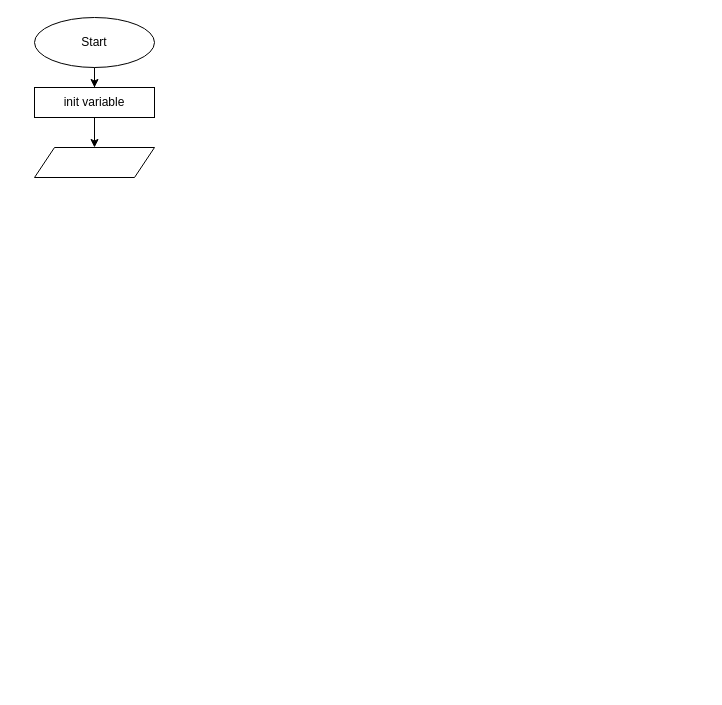
Before: ai_11/mariya-anastasiya_kupchak/epic__1/algotester_practice_work_3_task_mariya-anastasiya_kupchak.drawio in artificial-intelligence-department/ai_programming_playground_2024, a draw.io diagram. Source tidied: cells renumbered, new cells numbered last; positions are measured from the earlier drawing's top-left corner, leaving out a move shared by most shapes. Both pictures are drawn from the tidied source at 100%, with x=0, y=0 at pixel (34, 17).
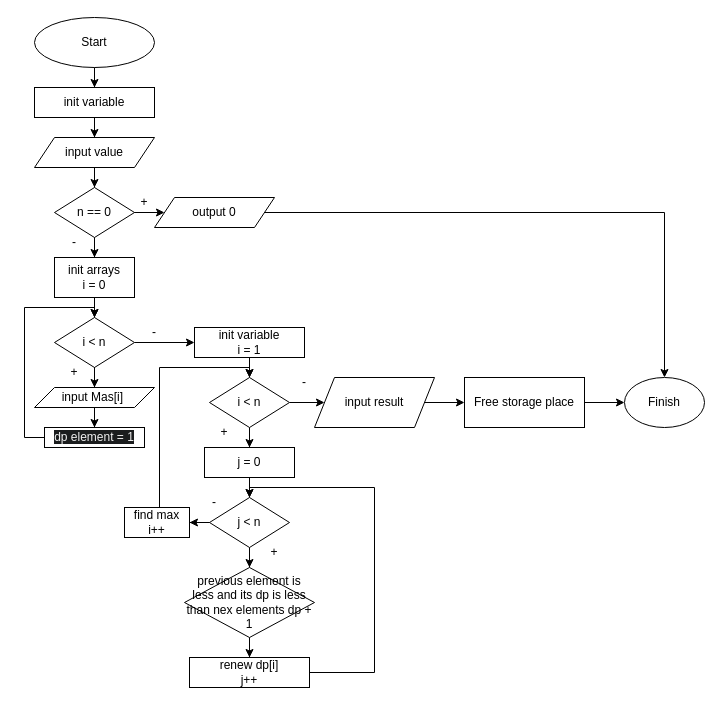
After the change.

Commit message (it also covers changes not shown here):
renew files and report

Diff of the diagram source:
```diff
@@
+    <mxCell id="7" style="edgeStyle=orthogonalEdgeStyle;rounded=0;jettySize=auto;html=1;" parent="1" edge="1" source="6" target="10">
+      <mxGeometry relative="1" as="geometry" />
+    </mxCell>
-    <mxCell id="6" style="shape=parallelogram;perimeter=parallelogramPerimeter;whiteSpace=wrap;html=1;fixedSize=1;" parent="1" vertex="1">
-      <mxGeometry y="130" width="120" height="30" as="geometry" />
+    <mxCell id="6" value="input value" style="shape=parallelogram;perimeter=parallelogramPerimeter;whiteSpace=wrap;html=1;fixedSize=1;" parent="1" vertex="1">
+      <mxGeometry y="120" width="120" height="30" as="geometry" />
     </mxCell>
+    <mxCell id="8" style="edgeStyle=orthogonalEdgeStyle;rounded=0;jettySize=auto;html=1;" parent="1" edge="1" source="10" target="12">
+      <mxGeometry relative="1" as="geometry" />
+    </mxCell>
+    <mxCell id="9" style="edgeStyle=orthogonalEdgeStyle;rounded=0;jettySize=auto;html=1;" parent="1" edge="1" source="10" target="14">
+      <mxGeometry relative="1" as="geometry" />
+    </mxCell>
+    <mxCell id="10" value="n == 0" style="rhombus;whiteSpace=wrap;html=1;" parent="1" vertex="1">
+      <mxGeometry x="20" y="170" width="80" height="50" as="geometry" />
+    </mxCell>
+    <mxCell id="11" style="edgeStyle=orthogonalEdgeStyle;rounded=0;jettySize=auto;html=1;exitX=1;exitY=0.5;exitDx=0;exitDy=0;entryX=0.5;entryY=0;entryDx=0;entryDy=0;" parent="1" edge="1" source="12" target="42">
+      <mxGeometry relative="1" as="geometry" />
+    </mxCell>
+    <mxCell id="12" value="output 0" style="shape=parallelogram;perimeter=parallelogramPerimeter;whiteSpace=wrap;html=1;fixedSize=1;" parent="1" vertex="1">
+      <mxGeometry x="120" y="180" width="120" height="30" as="geometry" />
+    </mxCell>
+    <mxCell id="13" style="edgeStyle=orthogonalEdgeStyle;rounded=0;jettySize=auto;html=1;" parent="1" edge="1" source="14" target="17">
+      <mxGeometry relative="1" as="geometry" />
+    </mxCell>
+    <mxCell id="14" value="init arrays&lt;div&gt;i = 0&lt;/div&gt;" style="whiteSpace=wrap;html=1;" parent="1" vertex="1">
+      <mxGeometry x="20" y="240" width="80" height="40" as="geometry" />
+    </mxCell>
+    <mxCell id="15" style="edgeStyle=orthogonalEdgeStyle;rounded=0;jettySize=auto;html=1;" parent="1" edge="1" source="21" target="19">
+      <mxGeometry relative="1" as="geometry" />
+    </mxCell>
+    <mxCell id="16" style="edgeStyle=orthogonalEdgeStyle;rounded=0;jettySize=auto;html=1;" parent="1" edge="1" source="17" target="23">
+      <mxGeometry relative="1" as="geometry" />
+    </mxCell>
+    <mxCell id="17" value="i &amp;lt; n" style="rhombus;whiteSpace=wrap;html=1;" parent="1" vertex="1">
+      <mxGeometry x="20" y="300" width="80" height="50" as="geometry" />
+    </mxCell>
+    <mxCell id="18" style="edgeStyle=orthogonalEdgeStyle;rounded=0;jettySize=auto;html=1;exitX=0;exitY=0.5;exitDx=0;exitDy=0;entryX=0.5;entryY=0;entryDx=0;entryDy=0;" parent="1" edge="1" source="19" target="17">
+      <mxGeometry relative="1" as="geometry">
+        <Array as="points">
+          <mxPoint x="-10" y="420" />
+          <mxPoint x="-10" y="290" />
+          <mxPoint x="60" y="290" />
+        </Array>
+      </mxGeometry>
+    </mxCell>
+    <mxCell id="19" value="&lt;span style=&quot;color: rgb(240, 240, 240); font-family: Helvetica; font-size: 12px; font-style: normal; font-variant-ligatures: normal; font-variant-caps: normal; font-weight: 400; letter-spacing: normal; orphans: 2; text-align: center; text-indent: 0px; text-transform: none; widows: 2; word-spacing: 0px; -webkit-text-stroke-width: 0px; white-space: normal; background-color: rgb(27, 29, 30); text-decoration-thickness: initial; text-decoration-style: initial; text-decoration-color: initial; display: inline !important; float: none;&quot;&gt;dp element = 1&lt;/span&gt;" style="whiteSpace=wrap;html=1;" parent="1" vertex="1">
+      <mxGeometry x="10" y="410" width="100" height="20" as="geometry" />
+    </mxCell>
+    <mxCell id="20" style="edgeStyle=orthogonalEdgeStyle;rounded=0;jettySize=auto;html=1;" parent="1" edge="1" source="17" target="21">
+      <mxGeometry relative="1" as="geometry" />
+    </mxCell>
+    <mxCell id="21" value="input Mas[i]&lt;span style=&quot;background-color: initial;&quot;&gt;&amp;nbsp;&lt;/span&gt;" style="shape=parallelogram;perimeter=parallelogramPerimeter;whiteSpace=wrap;html=1;fixedSize=1;" parent="1" vertex="1">
+      <mxGeometry y="370" width="120" height="20" as="geometry" />
+    </mxCell>
+    <mxCell id="22" style="edgeStyle=orthogonalEdgeStyle;rounded=0;jettySize=auto;html=1;" parent="1" edge="1" source="23" target="26">
+      <mxGeometry relative="1" as="geometry" />
+    </mxCell>
+    <mxCell id="23" value="init variable&lt;div&gt;i = 1&lt;/div&gt;" style="whiteSpace=wrap;html=1;" parent="1" vertex="1">
+      <mxGeometry x="160" y="310" width="110" height="30" as="geometry" />
+    </mxCell>
+    <mxCell id="24" style="edgeStyle=orthogonalEdgeStyle;rounded=0;jettySize=auto;html=1;" parent="1" edge="1" source="26" target="28">
+      <mxGeometry relative="1" as="geometry" />
+    </mxCell>
+    <mxCell id="25" style="edgeStyle=orthogonalEdgeStyle;rounded=0;jettySize=auto;html=1;" parent="1" edge="1" source="26" target="39">
+      <mxGeometry relative="1" as="geometry" />
+    </mxCell>
+    <mxCell id="26" value="i &amp;lt; n" style="rhombus;whiteSpace=wrap;html=1;" parent="1" vertex="1">
+      <mxGeometry x="175" y="360" width="80" height="50" as="geometry" />
+    </mxCell>
+    <mxCell id="27" style="edgeStyle=orthogonalEdgeStyle;rounded=0;jettySize=auto;html=1;" parent="1" edge="1" source="28" target="31">
+      <mxGeometry relative="1" as="geometry" />
+    </mxCell>
+    <mxCell id="28" value="j = 0" style="whiteSpace=wrap;html=1;" parent="1" vertex="1">
+      <mxGeometry x="170" y="430" width="90" height="30" as="geometry" />
+    </mxCell>
+    <mxCell id="29" style="edgeStyle=orthogonalEdgeStyle;rounded=0;jettySize=auto;html=1;" parent="1" edge="1" source="31" target="33">
+      <mxGeometry relative="1" as="geometry" />
+    </mxCell>
+    <mxCell id="30" style="edgeStyle=orthogonalEdgeStyle;rounded=0;jettySize=auto;html=1;" parent="1" edge="1" source="31" target="37">
+      <mxGeometry relative="1" as="geometry" />
+    </mxCell>
+    <mxCell id="31" value="j &amp;lt; n" style="rhombus;whiteSpace=wrap;html=1;" parent="1" vertex="1">
+      <mxGeometry x="175" y="480" width="80" height="50" as="geometry" />
+    </mxCell>
+    <mxCell id="32" style="edgeStyle=orthogonalEdgeStyle;rounded=0;jettySize=auto;html=1;" parent="1" edge="1" source="33" target="35">
+      <mxGeometry relative="1" as="geometry" />
+    </mxCell>
+    <mxCell id="33" value="previous element is less and its dp is less than nex elements dp + 1" style="rhombus;whiteSpace=wrap;html=1;" parent="1" vertex="1">
+      <mxGeometry x="150" y="550" width="130" height="70" as="geometry" />
+    </mxCell>
+    <mxCell id="34" style="edgeStyle=orthogonalEdgeStyle;rounded=0;jettySize=auto;html=1;exitX=0;exitY=0.5;exitDx=0;exitDy=0;entryX=0.5;entryY=0;entryDx=0;entryDy=0;" parent="1" edge="1" source="35" target="31">
+      <mxGeometry relative="1" as="geometry">
+        <Array as="points">
+          <mxPoint x="340" y="655" />
+          <mxPoint x="340" y="470" />
+          <mxPoint x="215" y="470" />
+        </Array>
+      </mxGeometry>
+    </mxCell>
+    <mxCell id="35" value="renew dp[i]&lt;div&gt;j++&lt;/div&gt;" style="whiteSpace=wrap;html=1;" parent="1" vertex="1">
+      <mxGeometry x="155" y="640" width="120" height="30" as="geometry" />
+    </mxCell>
+    <mxCell id="36" style="edgeStyle=orthogonalEdgeStyle;rounded=0;jettySize=auto;html=1;exitX=0.75;exitY=0;exitDx=0;exitDy=0;entryX=0.5;entryY=0;entryDx=0;entryDy=0;" parent="1" edge="1" source="37" target="26">
+      <mxGeometry relative="1" as="geometry">
+        <Array as="points">
+          <mxPoint x="125" y="350" />
+          <mxPoint x="215" y="350" />
+        </Array>
+      </mxGeometry>
+    </mxCell>
+    <mxCell id="37" value="find max&lt;div&gt;i++&lt;/div&gt;" style="whiteSpace=wrap;html=1;" parent="1" vertex="1">
+      <mxGeometry x="90" y="490" width="65" height="30" as="geometry" />
+    </mxCell>
+    <mxCell id="38" style="edgeStyle=orthogonalEdgeStyle;rounded=0;jettySize=auto;html=1;" parent="1" edge="1" source="39" target="41">
+      <mxGeometry relative="1" as="geometry" />
+    </mxCell>
+    <mxCell id="39" value="input result" style="shape=parallelogram;perimeter=parallelogramPerimeter;whiteSpace=wrap;html=1;fixedSize=1;" parent="1" vertex="1">
+      <mxGeometry x="280" y="360" width="120" height="50" as="geometry" />
+    </mxCell>
+    <mxCell id="40" style="edgeStyle=orthogonalEdgeStyle;rounded=0;jettySize=auto;html=1;" parent="1" edge="1" source="41" target="42">
+      <mxGeometry relative="1" as="geometry" />
+    </mxCell>
+    <mxCell id="41" value="Free storage place" style="whiteSpace=wrap;html=1;" parent="1" vertex="1">
+      <mxGeometry x="430" y="360" width="120" height="50" as="geometry" />
+    </mxCell>
+    <mxCell id="42" value="Finish" style="ellipse;whiteSpace=wrap;html=1;" parent="1" vertex="1">
+      <mxGeometry x="590" y="360" width="80" height="50" as="geometry" />
+    </mxCell>
+    <mxCell id="43" value="+" style="text;html=1;align=center;verticalAlign=middle;whiteSpace=wrap;rounded=0;" parent="1" vertex="1">
+      <mxGeometry x="80" y="170" width="60" height="30" as="geometry" />
+    </mxCell>
+    <mxCell id="44" value="+" style="text;html=1;align=center;verticalAlign=middle;whiteSpace=wrap;rounded=0;" parent="1" vertex="1">
+      <mxGeometry x="10" y="340" width="60" height="30" as="geometry" />
+    </mxCell>
+    <mxCell id="45" value="+" style="text;html=1;align=center;verticalAlign=middle;whiteSpace=wrap;rounded=0;" parent="1" vertex="1">
+      <mxGeometry x="160" y="400" width="60" height="30" as="geometry" />
+    </mxCell>
+    <mxCell id="46" value="+" style="text;html=1;align=center;verticalAlign=middle;whiteSpace=wrap;rounded=0;" parent="1" vertex="1">
+      <mxGeometry x="210" y="520" width="60" height="30" as="geometry" />
+    </mxCell>
+    <mxCell id="47" value="-" style="text;html=1;align=center;verticalAlign=middle;whiteSpace=wrap;rounded=0;" parent="1" vertex="1">
+      <mxGeometry x="10" y="210" width="60" height="30" as="geometry" />
+    </mxCell>
+    <mxCell id="48" value="-" style="text;html=1;align=center;verticalAlign=middle;whiteSpace=wrap;rounded=0;" parent="1" vertex="1">
+      <mxGeometry x="90" y="300" width="60" height="30" as="geometry" />
+    </mxCell>
+    <mxCell id="49" value="-" style="text;html=1;align=center;verticalAlign=middle;whiteSpace=wrap;rounded=0;" parent="1" vertex="1">
+      <mxGeometry x="240" y="350" width="60" height="30" as="geometry" />
+    </mxCell>
+    <mxCell id="50" value="-" style="text;html=1;align=center;verticalAlign=middle;whiteSpace=wrap;rounded=0;" parent="1" vertex="1">
+      <mxGeometry x="150" y="470" width="60" height="30" as="geometry" />
+    </mxCell>
```
